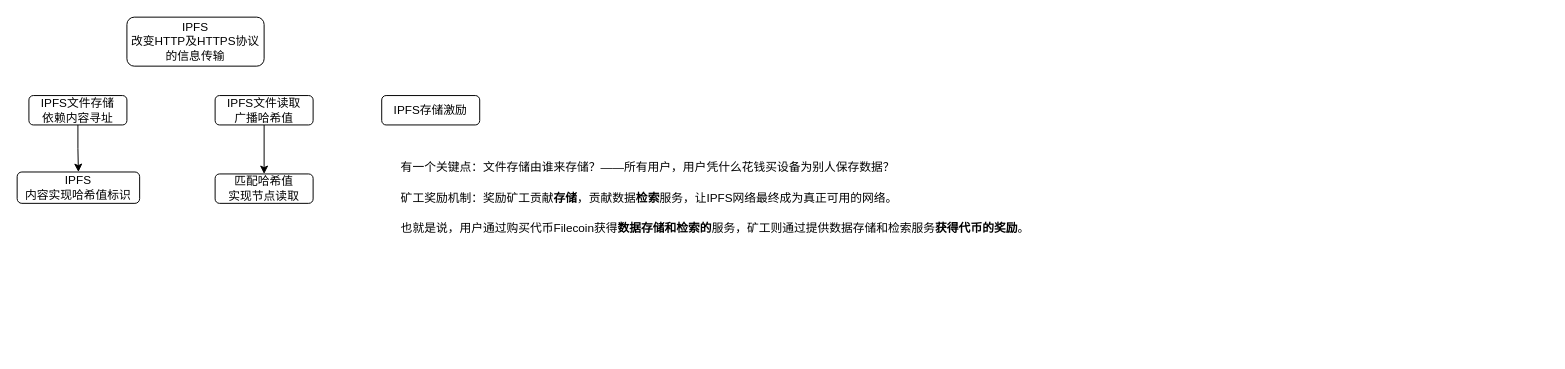
Earlier version of the draw.io diagram 数字货币.drawio (UTOUUCENTER-CD/Aqara). Source tidied: cells renumbered, new cells numbered last; positions are measured from the earlier drawing's top-left corner, leaving out a move shared by most shapes. Both pictures are drawn from the tidied source at 98%, with x=0, y=0 at pixel (17, 17).
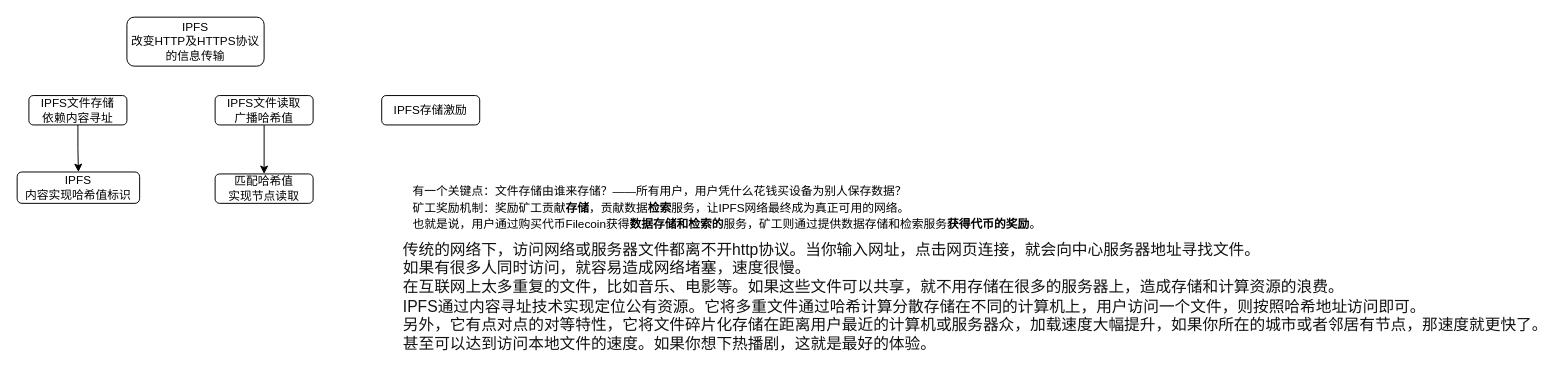
Above is the later version.

Diff of the diagram source:
```diff
@@
 <mxGraphModel>
   <root>
     <mxCell id="0" />
     <mxCell id="1" parent="0" />
     <mxCell id="2" value="IPFS&lt;br&gt;改变HTTP及HTTPS协议的信息传输" style="rounded=1;whiteSpace=wrap;html=1;" parent="1" vertex="1">
       <mxGeometry x="112" width="140" height="50" as="geometry" />
     </mxCell>
     <mxCell id="3" value="IPFS存储激励" style="rounded=1;whiteSpace=wrap;html=1;" parent="1" vertex="1">
       <mxGeometry x="372" y="80" width="100" height="30" as="geometry" />
     </mxCell>
     <mxCell id="4" style="edgeStyle=orthogonalEdgeStyle;rounded=0;jettySize=auto;html=1;" parent="1" edge="1" source="5" target="6">
       <mxGeometry relative="1" as="geometry" />
     </mxCell>
     <mxCell id="5" value="IPFS文件存储&lt;br&gt;依赖内容寻址" style="rounded=1;whiteSpace=wrap;html=1;" parent="1" vertex="1">
       <mxGeometry x="12" y="80" width="100" height="30" as="geometry" />
     </mxCell>
     <mxCell id="6" value="IPFS&lt;br&gt;内容实现哈希值标识" style="rounded=1;whiteSpace=wrap;html=1;" parent="1" vertex="1">
       <mxGeometry y="158" width="125" height="32" as="geometry" />
     </mxCell>
     <mxCell id="7" style="edgeStyle=orthogonalEdgeStyle;rounded=0;jettySize=auto;html=1;" parent="1" edge="1" source="8" target="9">
       <mxGeometry relative="1" as="geometry" />
     </mxCell>
     <mxCell id="8" value="IPFS文件读取&lt;br&gt;广播哈希值" style="rounded=1;whiteSpace=wrap;html=1;" parent="1" vertex="1">
       <mxGeometry x="202" y="80" width="100" height="30" as="geometry" />
     </mxCell>
     <mxCell id="9" value="匹配哈希值&lt;br&gt;实现节点读取" style="rounded=1;whiteSpace=wrap;html=1;" parent="1" vertex="1">
       <mxGeometry x="202" y="160" width="100" height="30" as="geometry" />
     </mxCell>
-    <mxCell id="10" value="&lt;p style=&quot;text-align: left ; margin: 1.4em 0px&quot;&gt;有一个关键点：文件存储由谁来存储？——所有用户，用户凭什么花钱买设备为别人保存数据？&lt;/p&gt;&lt;p style=&quot;text-align: left ; margin: 1.4em 0px&quot;&gt;矿工奖励机制：奖励矿工贡献&lt;b&gt;存储&lt;/b&gt;，贡献数据&lt;b&gt;检索&lt;/b&gt;服务，让IPFS网络最终成为真正可用的网络。&lt;/p&gt;&lt;p style=&quot;margin: 1.4em 0px&quot;&gt;也就是说，用户通过购买代币Filecoin获得&lt;b&gt;数据存储和检索的&lt;/b&gt;服务，矿工则通过提供数据存储和检索服务&lt;b&gt;获得代币的奖励&lt;/b&gt;。&lt;/p&gt;&lt;p class=&quot;ztext-empty-paragraph&quot; style=&quot;margin: -0.8em 0px&quot;&gt;&lt;br style=&quot;color: rgb(18 , 18 , 18) ; font-family: , &amp;#34;blinkmacsystemfont&amp;#34; , &amp;#34;helvetica neue&amp;#34; , &amp;#34;pingfang sc&amp;#34; , &amp;#34;microsoft yahei&amp;#34; , &amp;#34;source han sans sc&amp;#34; , &amp;#34;noto sans cjk sc&amp;#34; , &amp;#34;wenquanyi micro hei&amp;#34; , sans-serif ; font-size: medium ; background-color: rgb(255 , 255 , 255)&quot;&gt;&lt;/p&gt;" style="text;html=1;align=center;verticalAlign=middle;strokeColor=none;" parent="1" vertex="1">
-      <mxGeometry x="382" y="130" width="660" height="110" as="geometry" />
+    <mxCell id="10" value="&lt;p style=&quot;margin: 1.4em 0px ; line-height: 100%&quot;&gt;&lt;br&gt;&lt;/p&gt;" style="text;html=1;align=left;verticalAlign=middle;strokeColor=none;" parent="1" vertex="1">
+      <mxGeometry x="382" y="160" width="20" height="50" as="geometry" />
     </mxCell>
+    <mxCell id="11" value="&lt;span style=&quot;color: rgb(18 , 18 , 18) ; font-family: , &amp;#34;blinkmacsystemfont&amp;#34; , &amp;#34;helvetica neue&amp;#34; , &amp;#34;pingfang sc&amp;#34; , &amp;#34;microsoft yahei&amp;#34; , &amp;#34;source han sans sc&amp;#34; , &amp;#34;noto sans cjk sc&amp;#34; , &amp;#34;wenquanyi micro hei&amp;#34; , sans-serif ; font-size: medium ; background-color: rgb(255 , 255 , 255)&quot;&gt;传统的网络下，访问网络或服务器文件都离不开http协议。当你输入网址，点击网页连接，就会向中心服务器地址寻找文件。&lt;br&gt;如果有很多人同时访问，就容易造成网络堵塞，速度很慢。&lt;/span&gt;&lt;br style=&quot;color: rgb(18 , 18 , 18) ; font-family: , &amp;#34;blinkmacsystemfont&amp;#34; , &amp;#34;helvetica neue&amp;#34; , &amp;#34;pingfang sc&amp;#34; , &amp;#34;microsoft yahei&amp;#34; , &amp;#34;source han sans sc&amp;#34; , &amp;#34;noto sans cjk sc&amp;#34; , &amp;#34;wenquanyi micro hei&amp;#34; , sans-serif ; font-size: medium ; background-color: rgb(255 , 255 , 255)&quot;&gt;&lt;span style=&quot;color: rgb(18 , 18 , 18) ; font-family: , &amp;#34;blinkmacsystemfont&amp;#34; , &amp;#34;helvetica neue&amp;#34; , &amp;#34;pingfang sc&amp;#34; , &amp;#34;microsoft yahei&amp;#34; , &amp;#34;source han sans sc&amp;#34; , &amp;#34;noto sans cjk sc&amp;#34; , &amp;#34;wenquanyi micro hei&amp;#34; , sans-serif ; font-size: medium ; background-color: rgb(255 , 255 , 255)&quot;&gt;在互联网上太多重复的文件，比如音乐、电影等。如果这些文件可以共享，就不用存储在很多的服务器上，造成存储和计算资源的浪费。&lt;br&gt;IPFS通过内容寻址技术实现定位公有资源。它将多重文件通过哈希计算分散存储在不同的计算机上，用户访问一个文件，则按照哈希地址访问即可。&lt;br&gt;另外，它有点对点的对等特性，它将文件碎片化存储在距离用户最近的计算机或服务器众，加载速度大幅提升，如果你所在的城市或者邻居有节点，那速度就更快了。&lt;br&gt;甚至可以达到访问本地文件的速度。如果你想下热播剧，这就是最好的体验。&lt;/span&gt;" style="text;html=1;align=left;verticalAlign=middle;strokeColor=none;" parent="1" vertex="1">
+      <mxGeometry x="392" y="240" width="890" height="90" as="geometry" />
+    </mxCell>
+    <mxCell id="12" value="&lt;p style=&quot;margin: 1.4em 0px ; line-height: 0%&quot;&gt;有一个关键点：文件存储由谁来存储？——所有用户，用户凭什么花钱买设备为别人保存数据？&lt;/p&gt;&lt;p style=&quot;margin: 1.4em 0px ; line-height: 0%&quot;&gt;&lt;span&gt;矿工奖励机制：奖励矿工贡献&lt;/span&gt;&lt;b&gt;存储&lt;/b&gt;&lt;span&gt;，贡献数据&lt;/span&gt;&lt;b&gt;检索&lt;/b&gt;&lt;span&gt;服务，让IPFS网络最终成为真正可用的网络。&lt;/span&gt;&lt;/p&gt;&lt;p style=&quot;margin: 1.4em 0px ; line-height: 0%&quot;&gt;&lt;span&gt;也就是说，用户通过购买代币Filecoin获得&lt;/span&gt;&lt;b&gt;数据存储和检索的&lt;/b&gt;&lt;span&gt;服务，矿工则通过提供数据存储和检索服务&lt;/span&gt;&lt;b&gt;获得代币的奖励&lt;/b&gt;&lt;span&gt;。&lt;/span&gt;&lt;/p&gt;&lt;p class=&quot;ztext-empty-paragraph&quot; style=&quot;margin: -0.8em 0px&quot;&gt;&lt;br style=&quot;font-size: medium ; color: rgb(18 , 18 , 18) ; background-color: rgb(255 , 255 , 255)&quot;&gt;&lt;/p&gt;" style="text;html=1;align=left;verticalAlign=middle;strokeColor=none;" parent="1" vertex="1">
+      <mxGeometry x="402" y="160" width="660" height="70" as="geometry" />
+    </mxCell>
   </root>
 </mxGraphModel>
```
